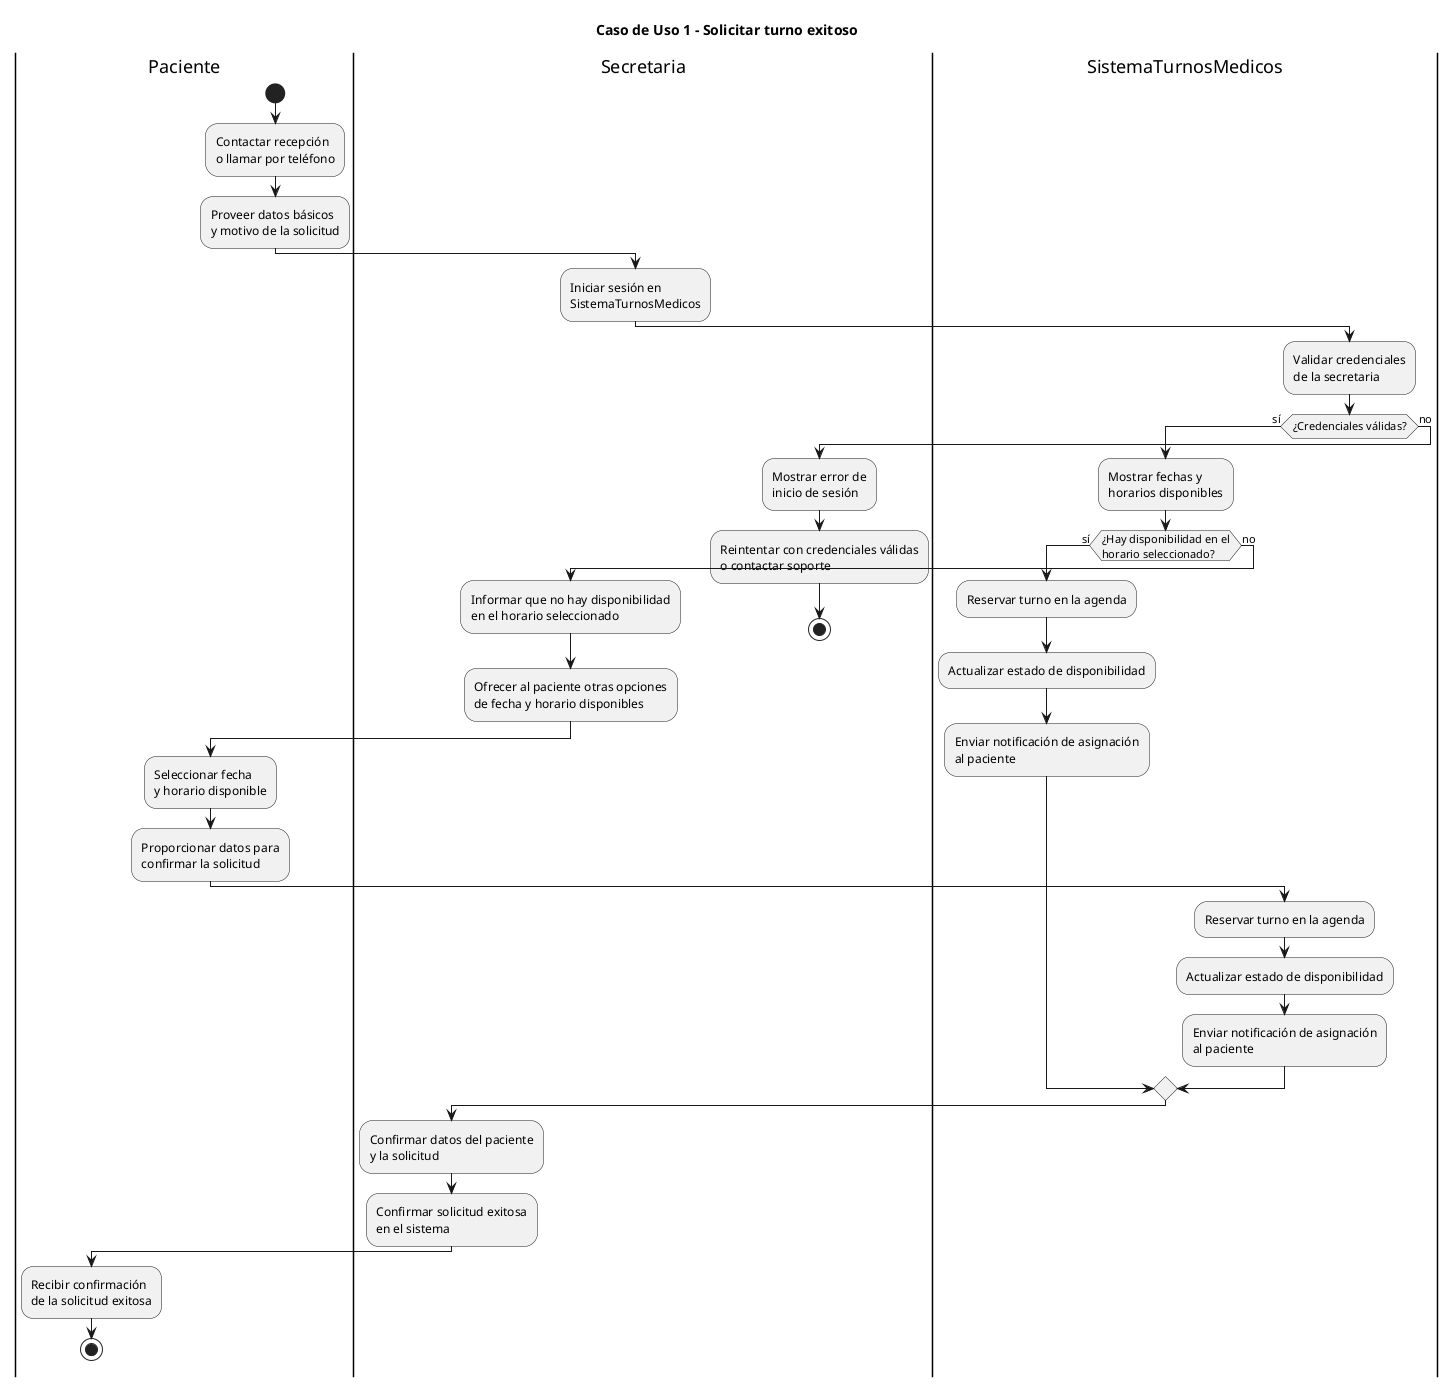
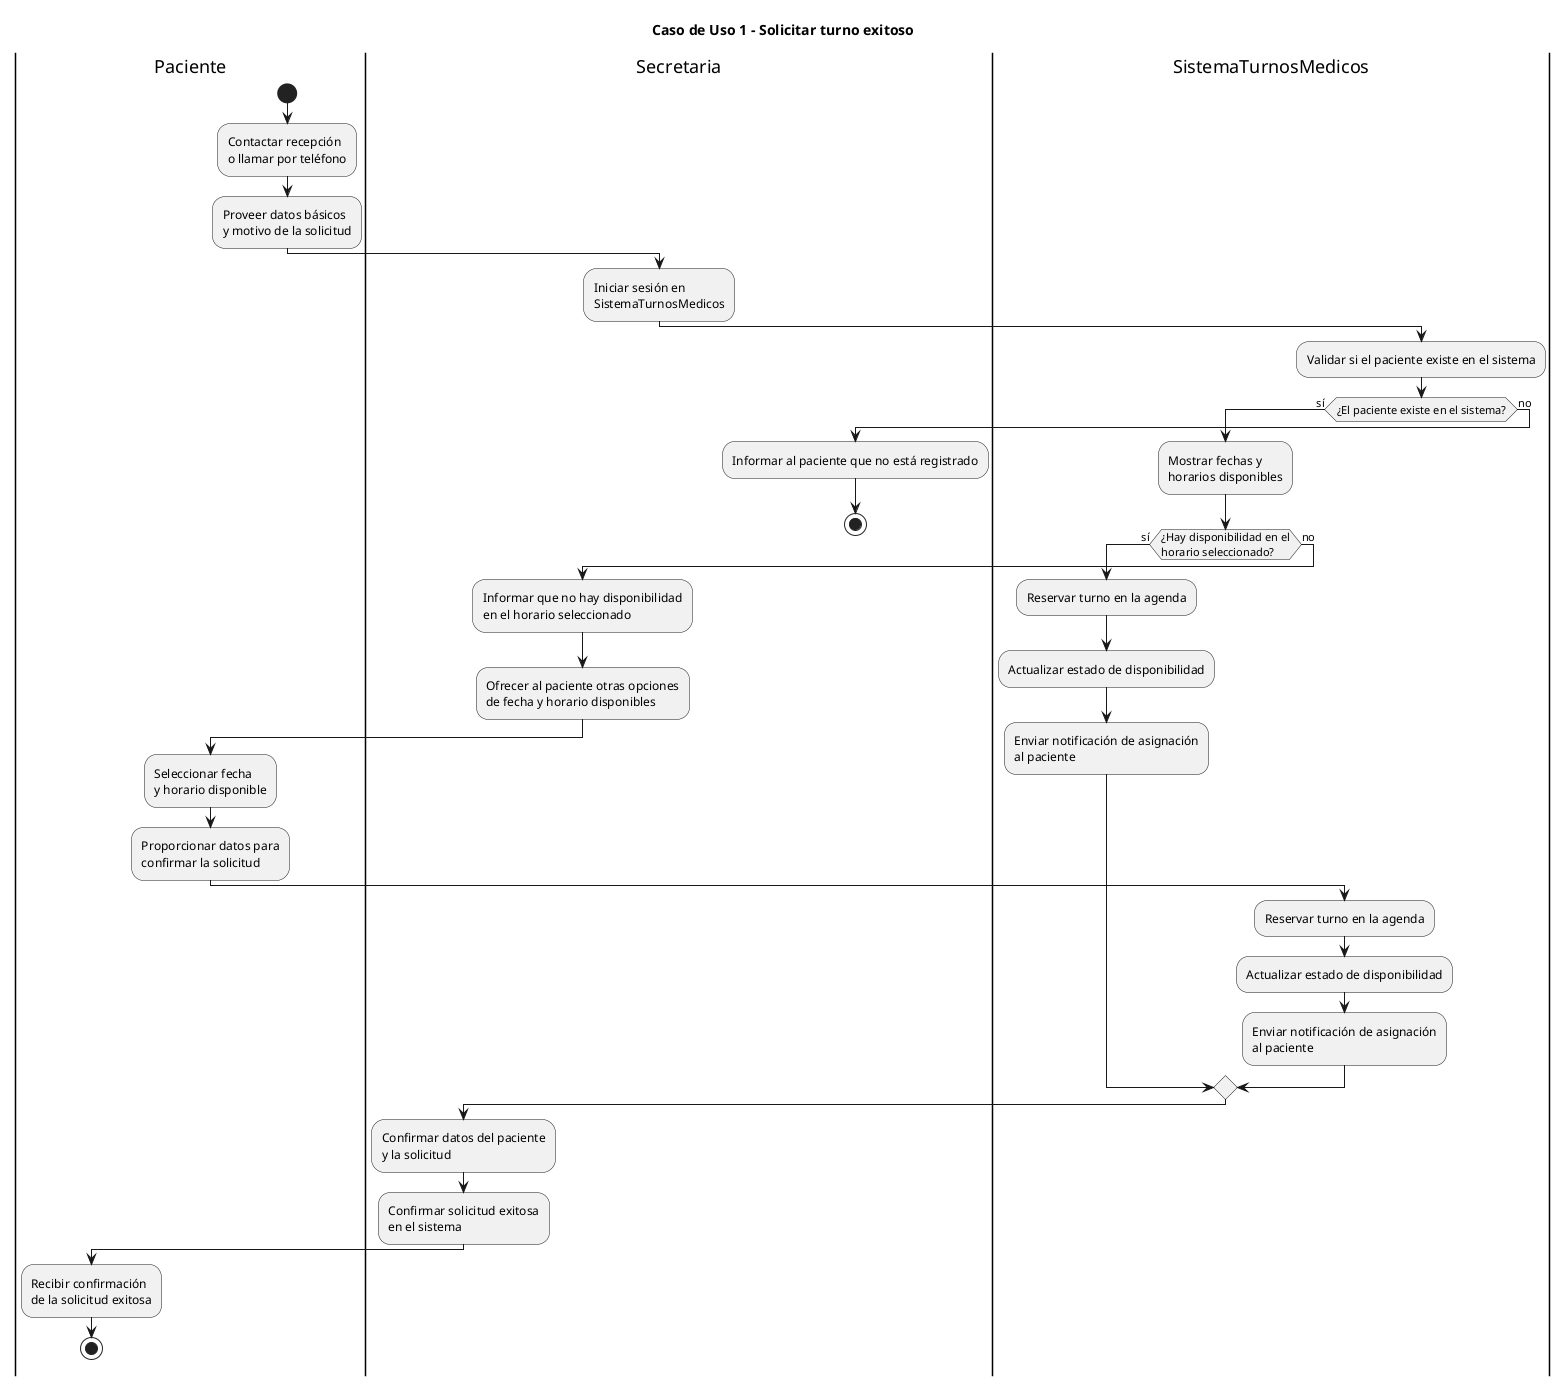
@startuml
title Caso de Uso 1 - Solicitar turno exitoso

|Paciente|
start
:Contactar recepción\no llamar por teléfono;
:Proveer datos básicos\ny motivo de la solicitud;

|Secretaria|
:Iniciar sesión en\nSistemaTurnosMedicos;

|SistemaTurnosMedicos|
- :Validar credenciales\nde la secretaria;
+ :Validar si el paciente existe en el sistema;

- if (¿Credenciales válidas?) then (sí)
+ if (¿El paciente existe en el sistema?) then (sí)

  :Mostrar fechas y\nhorarios disponibles;

  if (¿Hay disponibilidad en el\nhorario seleccionado?) then (sí)

    :Reservar turno en la agenda;
    :Actualizar estado de disponibilidad;
    :Enviar notificación de asignación\nal paciente;

  else (no)

    |Secretaria|
    :Informar que no hay disponibilidad\nen el horario seleccionado;
    :Ofrecer al paciente otras opciones\nde fecha y horario disponibles;

    |Paciente|
    :Seleccionar fecha\ny horario disponible;
    :Proporcionar datos para\nconfirmar la solicitud;

    |SistemaTurnosMedicos|
    :Reservar turno en la agenda;
    :Actualizar estado de disponibilidad;
    :Enviar notificación de asignación\nal paciente;

  endif

  |Secretaria|
  :Confirmar datos del paciente\ny la solicitud;
  :Confirmar solicitud exitosa\nen el sistema;

  |Paciente|
  :Recibir confirmación\nde la solicitud exitosa;

  stop

else (no)

  |Secretaria|
-   :Mostrar error de\ninicio de sesión;
-   :Reintentar con credenciales válidas\no contactar soporte;
+   :Informar al paciente que no está registrado;

  stop

endif

@enduml